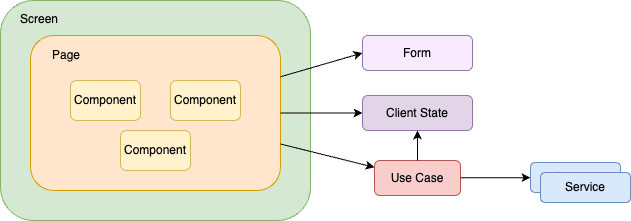
Earlier version of the draw.io export example-app/SantokuApp/.attachments/stereotype.drawio.png (ws-4020/mobile-app-crib-notes). Source tidied: cells renumbered, new cells last; positions are measured from the earlier drawing's top-left corner, leaving out a move shared by most shapes.
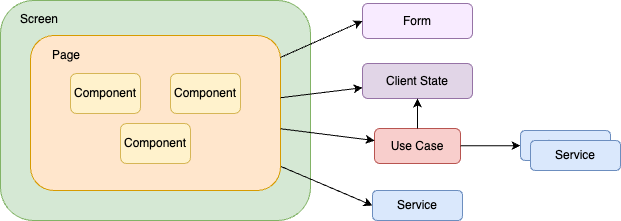
Later version of the same file.

What changed in the source:
```diff
@@ -5,23 +5,26 @@
     <mxCell id="2" value="Screen" style="rounded=1;whiteSpace=wrap;html=1;align=left;verticalAlign=top;spacingLeft=18;spacingBottom=0;spacingTop=5;fillColor=#d5e8d4;strokeColor=#82b366;" parent="1" vertex="1">
       <mxGeometry width="310" height="220" as="geometry" />
     </mxCell>
+    <mxCell id="17" style="edgeStyle=none;rounded=0;jettySize=auto;html=1;entryX=0;entryY=0.5;entryDx=0;entryDy=0;" parent="1" edge="1" source="3" target="18">
+      <mxGeometry relative="1" as="geometry" />
+    </mxCell>
     <mxCell id="3" value="Page" style="rounded=1;whiteSpace=wrap;html=1;align=left;verticalAlign=top;spacingLeft=20;spacingTop=6;fillColor=#ffe6cc;strokeColor=#d79b00;" parent="1" vertex="1">
       <mxGeometry x="30" y="35" width="250" height="155" as="geometry" />
     </mxCell>
     <mxCell id="4" value="Component" style="rounded=1;whiteSpace=wrap;html=1;fillColor=#fff2cc;strokeColor=#d6b656;" parent="1" vertex="1">
-      <mxGeometry x="120" y="130" width="70" height="40" as="geometry" />
+      <mxGeometry x="120" y="123" width="70" height="40" as="geometry" />
     </mxCell>
     <mxCell id="5" value="Component" style="rounded=1;whiteSpace=wrap;html=1;fillColor=#fff2cc;strokeColor=#d6b656;" parent="1" vertex="1">
-      <mxGeometry x="170" y="80" width="70" height="40" as="geometry" />
+      <mxGeometry x="170" y="73" width="70" height="40" as="geometry" />
     </mxCell>
     <mxCell id="6" value="Component" style="rounded=1;whiteSpace=wrap;html=1;fillColor=#fff2cc;strokeColor=#d6b656;" parent="1" vertex="1">
-      <mxGeometry x="70" y="80" width="70" height="40" as="geometry" />
+      <mxGeometry x="70" y="73" width="70" height="40" as="geometry" />
     </mxCell>
     <mxCell id="7" value="Use Case" style="rounded=1;whiteSpace=wrap;html=1;fillColor=#f8cecc;strokeColor=#b85450;" parent="1" vertex="1">
-      <mxGeometry x="374" y="160" width="86" height="35" as="geometry" />
+      <mxGeometry x="374" y="128" width="86" height="35" as="geometry" />
     </mxCell>
     <mxCell id="8" value="Service" style="rounded=1;whiteSpace=wrap;html=1;fillColor=#dae8fc;strokeColor=#6c8ebf;" parent="1" vertex="1">
-      <mxGeometry x="530" y="162" width="90" height="30" as="geometry" />
+      <mxGeometry x="520" y="130" width="90" height="30" as="geometry" />
     </mxCell>
     <mxCell id="9" style="endArrow=classic;html=1;rounded=0;" parent="1" edge="1" source="3" target="7">
       <mxGeometry relative="1" as="geometry" />
@@ -30,7 +33,7 @@
       <mxGeometry relative="1" as="geometry" />
     </mxCell>
     <mxCell id="11" value="Client State" style="rounded=1;whiteSpace=wrap;html=1;fillColor=#e1d5e7;strokeColor=#9673a6;" parent="1" vertex="1">
-      <mxGeometry x="362" y="95" width="110" height="35" as="geometry" />
+      <mxGeometry x="362" y="63" width="110" height="35" as="geometry" />
     </mxCell>
     <mxCell id="12" style="endArrow=classic;html=1;rounded=0;" parent="1" edge="1" source="7" target="11">
       <mxGeometry relative="1" as="geometry" />
@@ -39,13 +42,16 @@
       <mxGeometry relative="1" as="geometry" />
     </mxCell>
     <mxCell id="14" value="Form" style="rounded=1;whiteSpace=wrap;html=1;fillColor=#F8EBFF;strokeColor=#9673a6;" parent="1" vertex="1">
-      <mxGeometry x="362" y="35" width="110" height="35" as="geometry" />
+      <mxGeometry x="362" y="3" width="110" height="35" as="geometry" />
     </mxCell>
     <mxCell id="15" style="endArrow=classic;html=1;rounded=0;entryX=0;entryY=0.5;entryDx=0;entryDy=0;" parent="1" edge="1" source="3" target="14">
       <mxGeometry relative="1" as="geometry" />
     </mxCell>
     <mxCell id="16" value="Service" style="rounded=1;whiteSpace=wrap;html=1;fillColor=#dae8fc;strokeColor=#6c8ebf;" parent="1" vertex="1">
-      <mxGeometry x="540" y="172" width="90" height="30" as="geometry" />
+      <mxGeometry x="530" y="140" width="90" height="30" as="geometry" />
     </mxCell>
+    <mxCell id="18" value="Service" style="rounded=1;whiteSpace=wrap;html=1;fillColor=#dae8fc;strokeColor=#6c8ebf;" parent="1" vertex="1">
+      <mxGeometry x="372" y="190" width="90" height="30" as="geometry" />
+    </mxCell>
   </root>
 </mxGraphModel>
```
